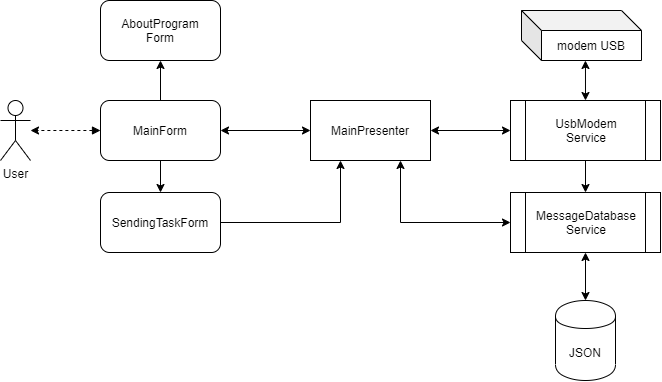
Above: docs/schema.png in dzakrzew/WinSMSer (draw.io), before the change. Source tidied: cells renumbered, new cells last; positions are measured from the earlier drawing's top-left corner, leaving out a move shared by most shapes.
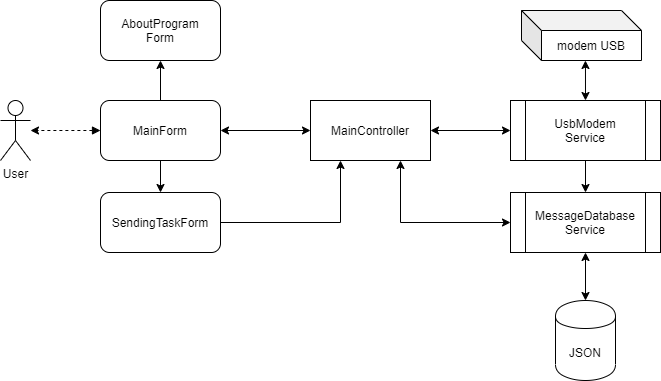
Later version of the same file.

The edit, as a diff of the source:
```diff
@@ -26,7 +26,7 @@
     <mxCell id="9" style="edgeStyle=orthogonalEdgeStyle;rounded=0;jettySize=auto;html=1;exitX=1;exitY=0.5;exitDx=0;exitDy=0;entryX=0;entryY=0.5;entryDx=0;entryDy=0;startArrow=classic;startFill=1;" parent="1" edge="1" source="10" target="17">
       <mxGeometry relative="1" as="geometry" />
     </mxCell>
-    <mxCell id="10" value="MainPresenter" style="rounded=0;whiteSpace=wrap;html=1;" parent="1" vertex="1">
+    <mxCell id="10" value="MainController" style="rounded=0;whiteSpace=wrap;html=1;" parent="1" vertex="1">
       <mxGeometry x="310" y="100" width="120" height="60" as="geometry" />
     </mxCell>
     <mxCell id="11" value="User" style="shape=umlActor;verticalLabelPosition=bottom;labelBackgroundColor=#ffffff;verticalAlign=top;html=1;outlineConnect=0;" parent="1" vertex="1">
```
